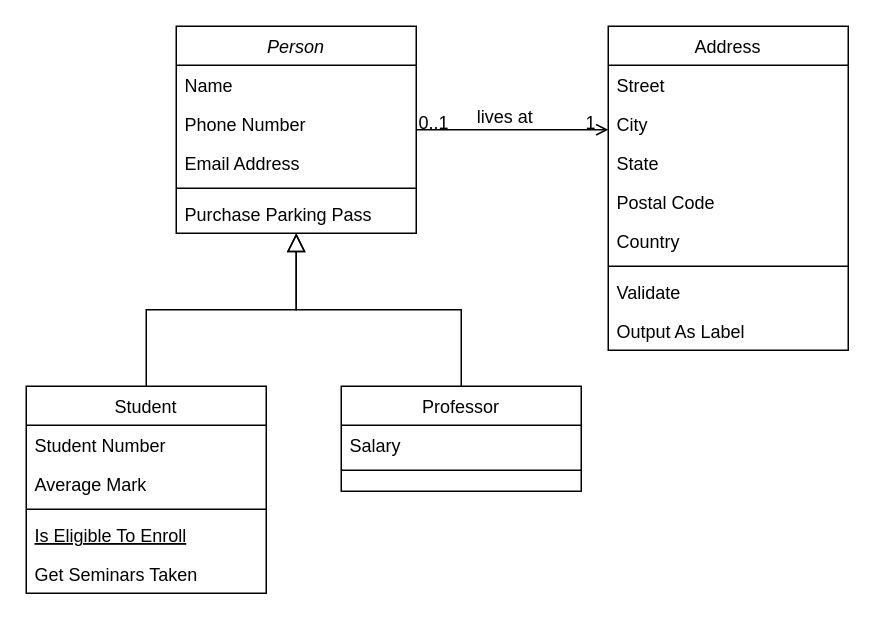
Before: Project_3_Group_12_Class_Diagram.drawio in mkauf62/-cs313413f24pair12p3, a draw.io diagram. Source tidied: cells renumbered, new cells numbered last; positions are measured from the earlier drawing's top-left corner, leaving out a move shared by most shapes. Both pictures are drawn from the tidied source at 150%, with x=0, y=0 at pixel (26, 26).
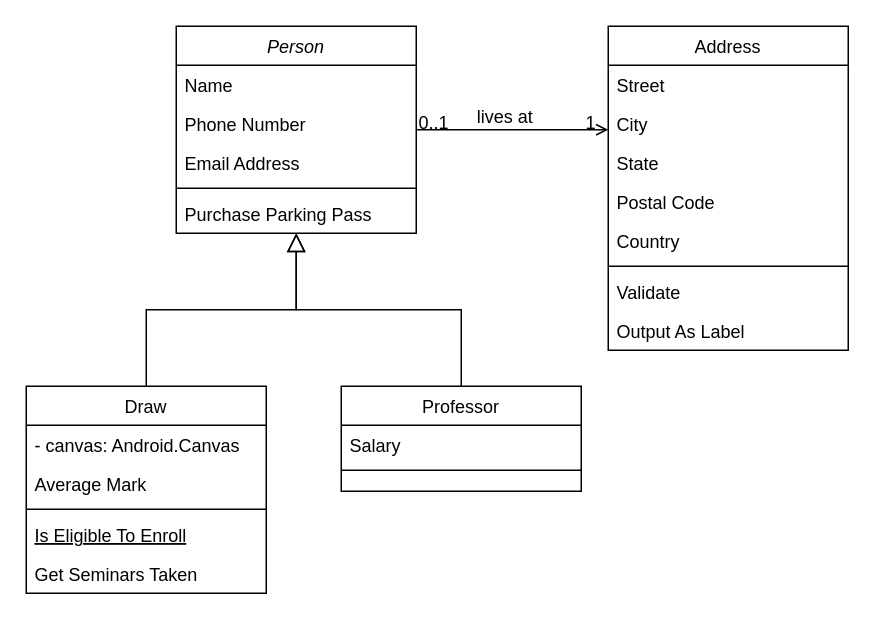
The same page after the edit.

What changed in the source:
```diff
@@
-    <mxCell id="8" value="Student" style="swimlane;fontStyle=0;align=center;verticalAlign=top;horizontal=1;startSize=26;rounded=0;shadow=0;strokeWidth=1;" parent="1" vertex="1">
+    <mxCell id="8" value="Draw" style="swimlane;fontStyle=0;align=center;verticalAlign=top;horizontal=1;startSize=26;rounded=0;shadow=0;strokeWidth=1;" parent="1" vertex="1">
       <mxGeometry y="240" width="160" height="138" as="geometry" />
     </mxCell>
-    <mxCell id="9" value="Student Number" style="text;align=left;verticalAlign=top;spacingLeft=4;spacingRight=4;overflow=hidden;" parent="8" vertex="1">
+    <mxCell id="9" value="- canvas: Android.Canvas" style="text;align=left;verticalAlign=top;spacingLeft=4;spacingRight=4;overflow=hidden;" parent="8" vertex="1">
       <mxGeometry y="26" width="160" height="26" as="geometry" />
     </mxCell>
```
